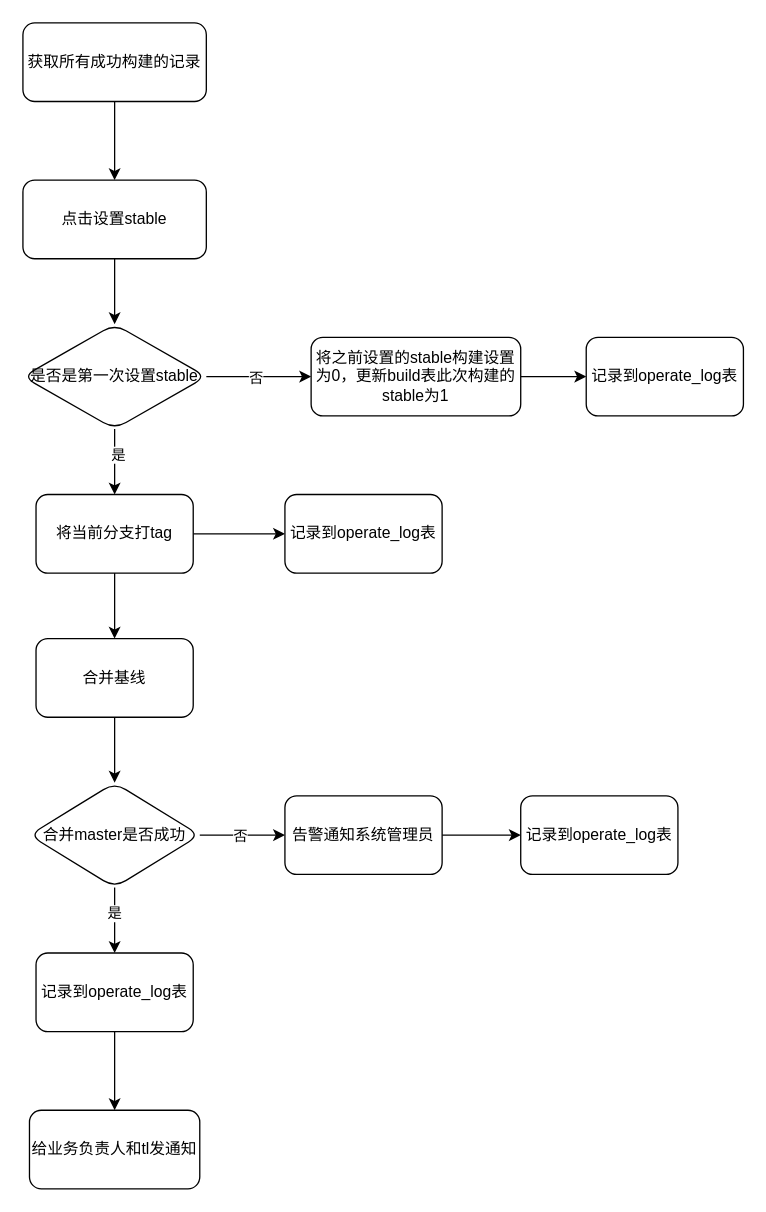
This is 设置stable.drawio from wupei-w/diagrams, a draw.io file, before an edit. Source tidied: cells renumbered, new cells numbered last; positions are measured from the earlier drawing's top-left corner, leaving out a move shared by most shapes. Both pictures are drawn from the tidied source at 131%, with x=0, y=0 at pixel (22, 22).
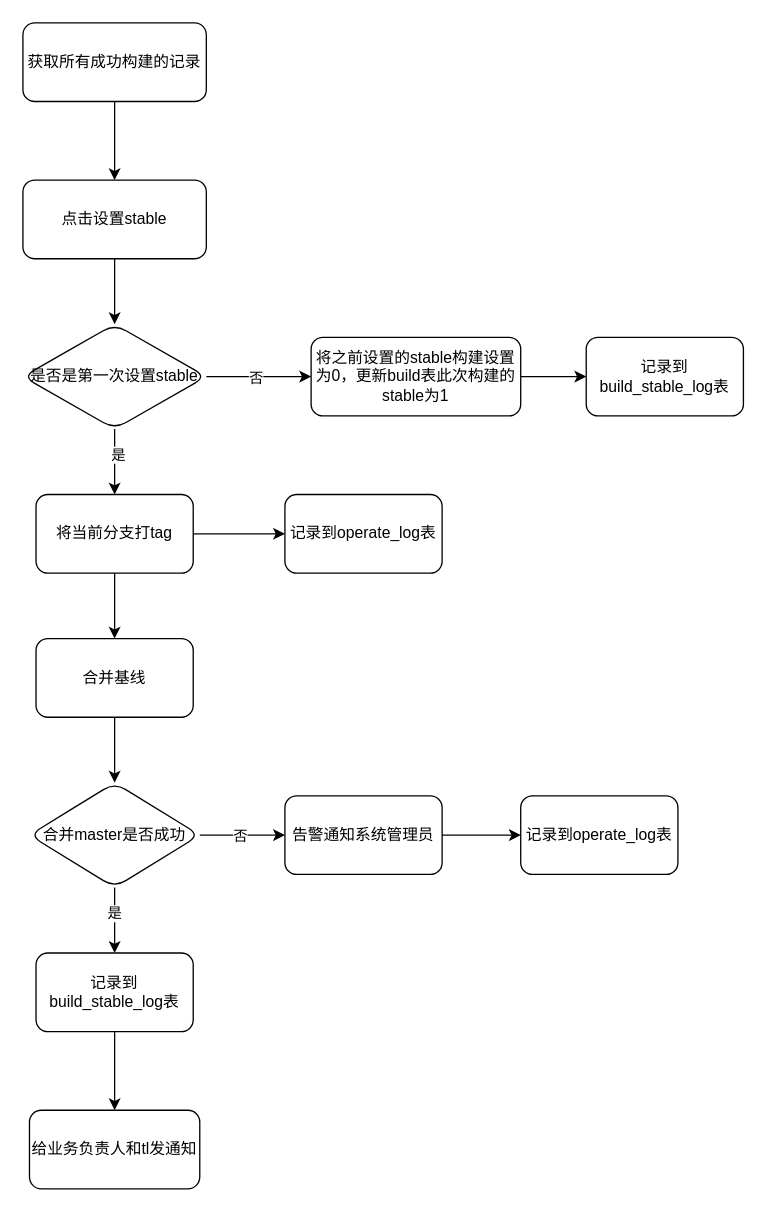
After the change.

The edit, as a diff of the source:
```diff
@@
-    <mxCell id="16" value="记录到operate_log表" style="whiteSpace=wrap;html=1;rounded=1;" parent="1" vertex="1">
+    <mxCell id="16" value="记录到build_stable_log表" style="whiteSpace=wrap;html=1;rounded=1;" parent="1" vertex="1">
       <mxGeometry x="10" y="710" width="120" height="60" as="geometry" />
     </mxCell>
@@
-    <mxCell id="28" value="记录到operate_log表" style="whiteSpace=wrap;html=1;rounded=1;" parent="1" vertex="1">
+    <mxCell id="28" value="记录到build_stable_log表" style="whiteSpace=wrap;html=1;rounded=1;" parent="1" vertex="1">
       <mxGeometry x="430" y="240" width="120" height="60" as="geometry" />
     </mxCell>
```
